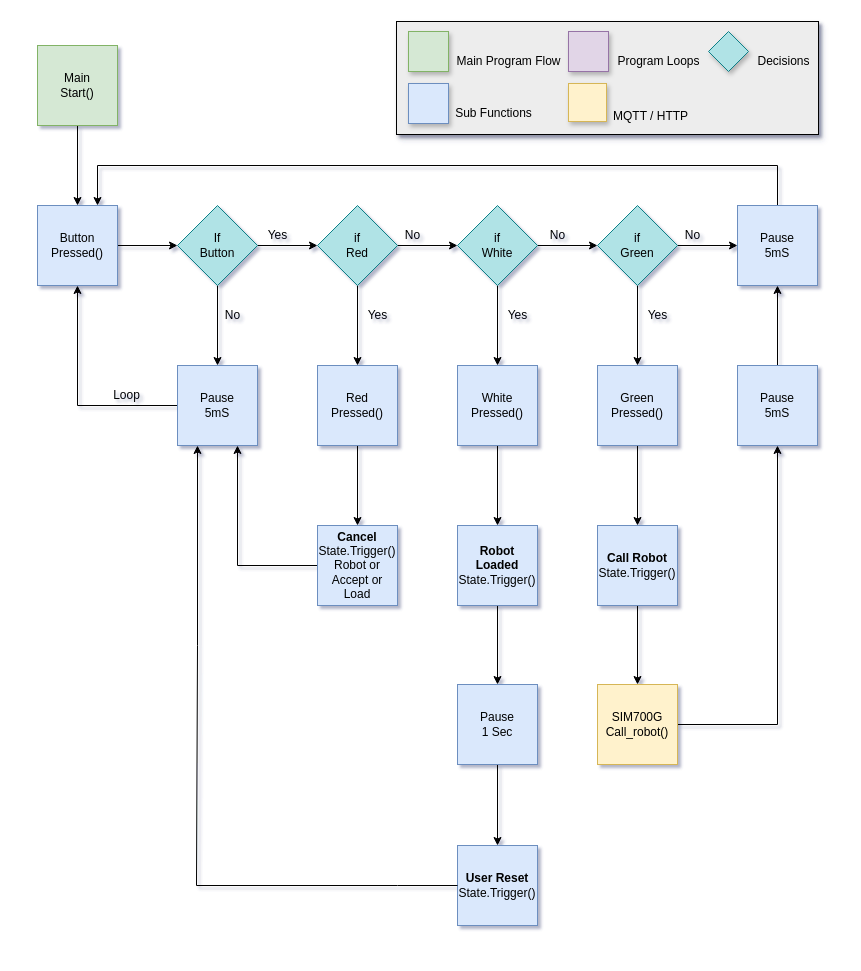
Above: WikiFiles/CAR2.drawio in 18684092/CAR (draw.io), before the change. Source tidied: cells renumbered, new cells numbered last; positions are measured from the earlier drawing's top-left corner, leaving out a move shared by most shapes. Both pictures are drawn from the tidied source at 100%, with x=0, y=0 at pixel (37, 21).
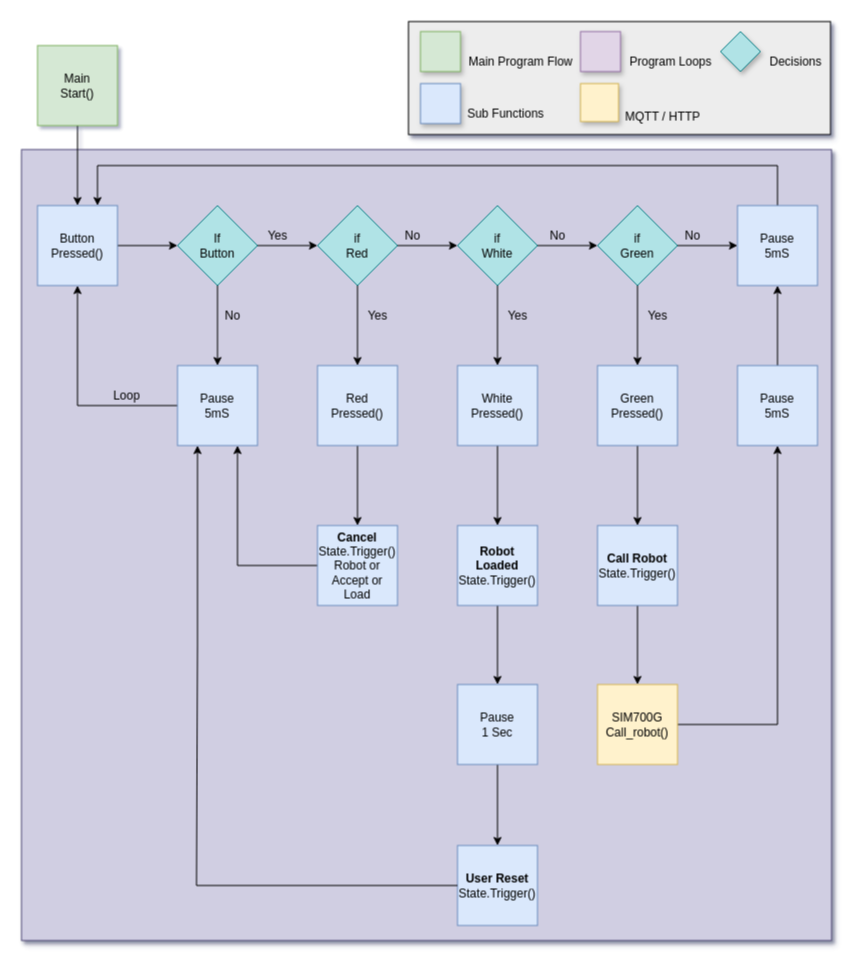
The same diagram, later.

Diff of the diagram source:
```diff
@@
+    <mxCell id="62" style="rounded=0;whiteSpace=wrap;html=1;shadow=1;fillColor=#d0cee2;strokeColor=#56517e;" parent="1" vertex="1">
+      <mxGeometry x="-16" y="128" width="810" height="791" as="geometry" />
+    </mxCell>
     <mxCell id="2" style="rounded=0;whiteSpace=wrap;html=1;fontSize=16;gradientColor=none;shadow=1;fillColor=#EDEDED;" parent="1" vertex="1">
-      <mxGeometry x="359" width="422" height="113" as="geometry" />
+      <mxGeometry x="371" width="422" height="113" as="geometry" />
     </mxCell>
     <mxCell id="3" style="whiteSpace=wrap;html=1;fillColor=#d5e8d4;strokeColor=#82b366;shadow=1;" parent="1" vertex="1">
-      <mxGeometry x="371" y="10" width="40" height="40" as="geometry" />
+      <mxGeometry x="383" y="10" width="40" height="40" as="geometry" />
     </mxCell>
     <mxCell id="4" style="whiteSpace=wrap;html=1;fillColor=#dae8fc;strokeColor=#6c8ebf;shadow=1;" parent="1" vertex="1">
-      <mxGeometry x="371" y="62" width="40" height="40" as="geometry" />
+      <mxGeometry x="383" y="62" width="40" height="40" as="geometry" />
     </mxCell>
     <mxCell id="5" style="whiteSpace=wrap;html=1;fillColor=#e1d5e7;strokeColor=#9673a6;shadow=1;" parent="1" vertex="1">
-      <mxGeometry x="531" y="10" width="40" height="40" as="geometry" />
+      <mxGeometry x="543" y="10" width="40" height="40" as="geometry" />
     </mxCell>
     <mxCell id="6" value="Main Program Flow" style="text;html=1;align=center;verticalAlign=middle;strokeColor=none;fillColor=none;" parent="1" vertex="1">
-      <mxGeometry x="411" y="30" width="120" height="20" as="geometry" />
+      <mxGeometry x="423" y="30" width="120" height="20" as="geometry" />
     </mxCell>
     <mxCell id="7" value="Sub Functions" style="text;html=1;align=center;verticalAlign=middle;strokeColor=none;fillColor=none;" parent="1" vertex="1">
-      <mxGeometry x="411" y="82" width="90" height="20" as="geometry" />
+      <mxGeometry x="423" y="82" width="90" height="20" as="geometry" />
     </mxCell>
     <mxCell id="8" value="Program Loops" style="text;html=1;align=center;verticalAlign=middle;strokeColor=none;fillColor=none;" parent="1" vertex="1">
-      <mxGeometry x="571" y="30" width="100" height="20" as="geometry" />
+      <mxGeometry x="583" y="30" width="100" height="20" as="geometry" />
     </mxCell>
     <mxCell id="9" value="Decisions" style="text;html=1;align=center;verticalAlign=middle;strokeColor=none;fillColor=none;" parent="1" vertex="1">
-      <mxGeometry x="711" y="30" width="70" height="20" as="geometry" />
+      <mxGeometry x="723" y="30" width="70" height="20" as="geometry" />
     </mxCell>
     <mxCell id="10" style="whiteSpace=wrap;html=1;shadow=1;fontSize=16;fillColor=#fff2cc;strokeColor=#d6b656;" parent="1" vertex="1">
-      <mxGeometry x="531" y="62" width="38" height="38" as="geometry" />
+      <mxGeometry x="543" y="62" width="38" height="38" as="geometry" />
     </mxCell>
     <mxCell id="11" value="&lt;font style=&quot;font-size: 12px&quot;&gt;MQTT / HTTP&lt;/font&gt;" style="text;html=1;align=left;verticalAlign=middle;strokeColor=none;fillColor=none;fontSize=15;" parent="1" vertex="1">
-      <mxGeometry x="574" y="83" width="90" height="20" as="geometry" />
+      <mxGeometry x="586" y="83" width="90" height="20" as="geometry" />
     </mxCell>
@@
     <mxCell id="61" style="rhombus;whiteSpace=wrap;html=1;fillColor=#b0e3e6;strokeColor=#0e8088;shadow=1;" parent="1" vertex="1">
-      <mxGeometry x="671" y="10" width="40" height="40" as="geometry" />
+      <mxGeometry x="683" y="10" width="40" height="40" as="geometry" />
     </mxCell>
```
